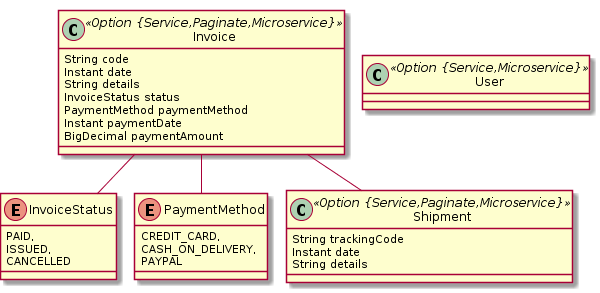
Earlier version of the PlantUML export invoice/invoice.png (xebialabs/e-commerce-microservice).
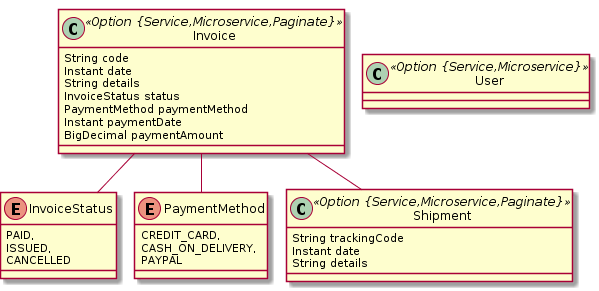
Above is the later version.

What changed in the source:
```diff
@@ -1,7 +1,7 @@
 @startuml
 	!pragma graphviz_dot jdot
 	!pragma syntax class
-	class Invoice <<Option {Service,Paginate,Microservice}>> {
+	class Invoice <<Option {Service,Microservice,Paginate}>> {
 		String code
 		Instant date
 		String details
@@ -17,7 +17,7 @@
 		ISSUED,
 		CANCELLED
 	}
-	class Shipment <<Option {Service,Paginate,Microservice}>> {
+	class Shipment <<Option {Service,Microservice,Paginate}>> {
 		String trackingCode
 		Instant date
 		String details
```
